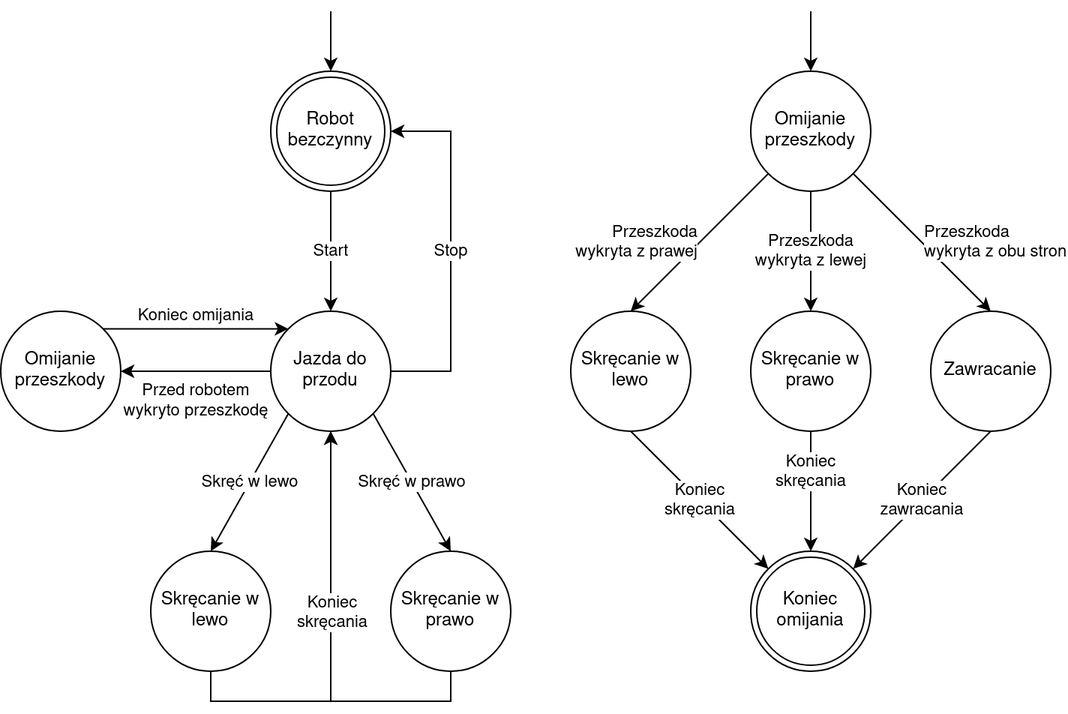
This is TSwR.png from Pyglik/Projekt-TSwR, a draw.io export, as it was before one commit. Source tidied: cells renumbered, new cells last; positions are measured from the earlier drawing's top-left corner, leaving out a move shared by most shapes.
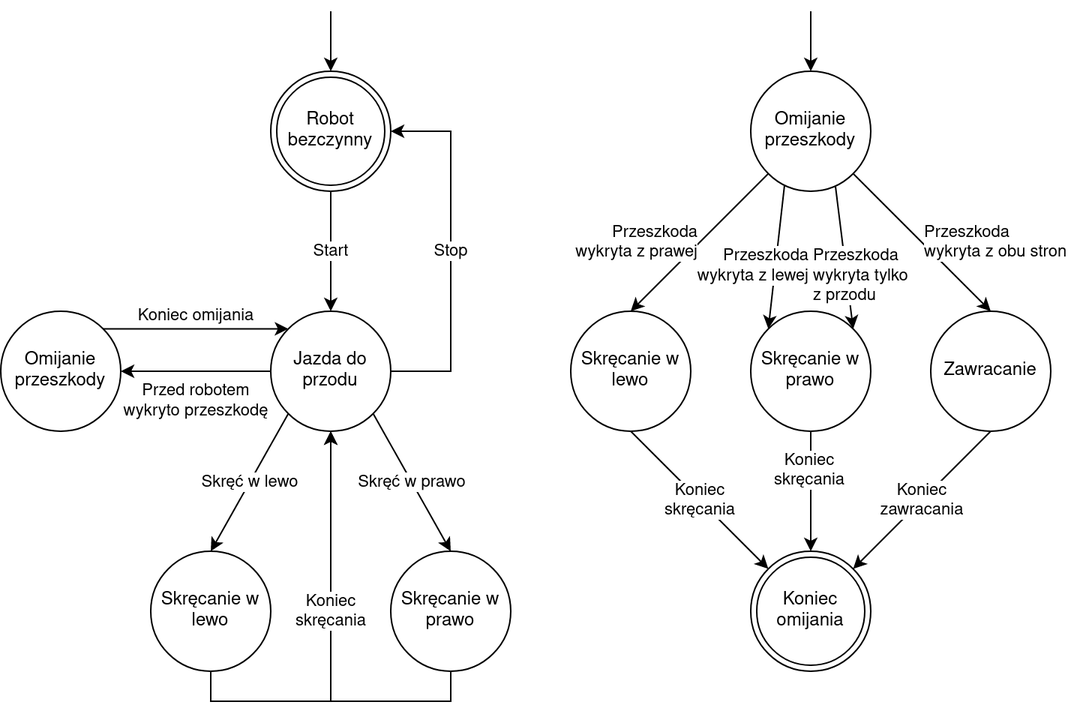
After the commit.

The edit, as a diff of the source:
```diff
@@ -61,12 +61,15 @@
     <mxCell id="17" value="&lt;div&gt;Przeszkoda&lt;/div&gt;&lt;div&gt;wykryta z prawej&lt;br&gt;&lt;/div&gt;" style="edgeStyle=none;rounded=0;jettySize=auto;html=1;exitX=0;exitY=1;exitDx=0;exitDy=0;entryX=0.5;entryY=0;entryDx=0;entryDy=0;labelPosition=left;verticalLabelPosition=middle;align=right;verticalAlign=middle;" parent="1" edge="1" source="20" target="26">
       <mxGeometry relative="1" as="geometry" />
     </mxCell>
-    <mxCell id="18" value="&lt;div&gt;Przeszkoda&lt;/div&gt;&lt;div&gt;wykryta z lewej&lt;br&gt;&lt;/div&gt;" style="edgeStyle=none;rounded=0;jettySize=auto;html=1;exitX=0.5;exitY=1;exitDx=0;exitDy=0;entryX=0.5;entryY=0;entryDx=0;entryDy=0;" parent="1" edge="1" source="20" target="24">
-      <mxGeometry relative="1" as="geometry" />
+    <mxCell id="18" value="&lt;div&gt;Przeszkoda&lt;/div&gt;&lt;div&gt;wykryta z lewej&lt;br&gt;&lt;/div&gt;" style="edgeStyle=none;rounded=0;jettySize=auto;html=1;exitX=0.281;exitY=0.953;exitDx=0;exitDy=0;entryX=0;entryY=0;entryDx=0;entryDy=0;exitPerimeter=0;labelPosition=left;verticalLabelPosition=bottom;align=right;verticalAlign=top;" parent="1" edge="1" source="20" target="24">
+      <mxGeometry x="-0.34" y="21" relative="1" as="geometry" />
     </mxCell>
     <mxCell id="19" value="&lt;div&gt;Przeszkoda&lt;/div&gt;&lt;div&gt;wykryta z obu stron&lt;br&gt;&lt;/div&gt;" style="edgeStyle=none;rounded=0;jettySize=auto;html=1;exitX=1;exitY=1;exitDx=0;exitDy=0;entryX=0.5;entryY=0;entryDx=0;entryDy=0;labelPosition=right;verticalLabelPosition=middle;align=left;verticalAlign=middle;" parent="1" edge="1" source="20" target="28">
       <mxGeometry relative="1" as="geometry" />
     </mxCell>
+    <mxCell id="30" value="&lt;div&gt;Przeszkoda&lt;/div&gt;&lt;div&gt;wykryta tylko&lt;/div&gt;&lt;div&gt;z przodu&lt;br&gt;&lt;/div&gt;" style="rounded=0;jettySize=auto;html=1;exitX=0.706;exitY=0.959;exitDx=0;exitDy=0;entryX=1;entryY=0;entryDx=0;entryDy=0;exitPerimeter=0;labelPosition=right;verticalLabelPosition=bottom;align=left;verticalAlign=top;" parent="1" edge="1" source="20" target="24">
+      <mxGeometry x="-0.35" y="-20" relative="1" as="geometry" />
+    </mxCell>
     <mxCell id="20" value="Omijanie przeszkody" style="ellipse;whiteSpace=wrap;html=1;strokeColor=#000000;" parent="1" vertex="1">
       <mxGeometry x="500" y="40" width="80" height="80" as="geometry" />
     </mxCell>
```
